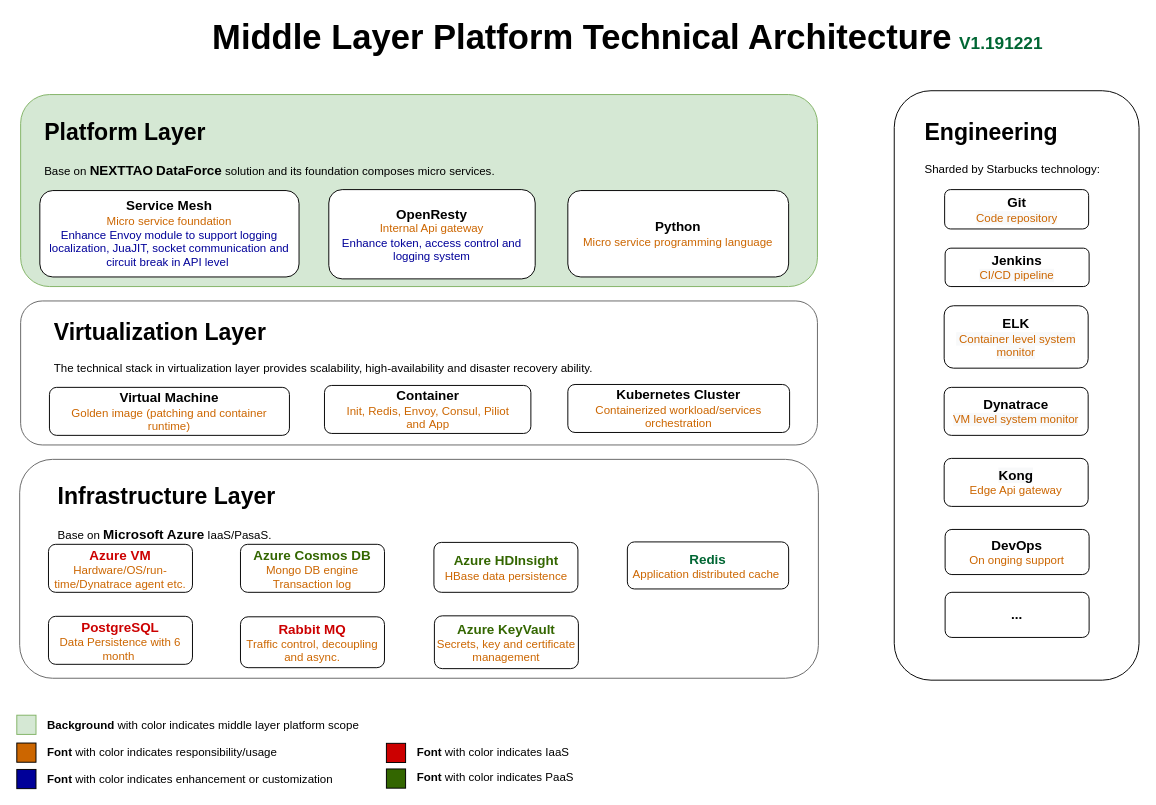
Above: page "Layer Overview" (1 of 3) of Mid Layer Platform Technical Arch.drawio in sotheair/designs (draw.io), before the change. Source tidied: cells renumbered, new cells numbered last; positions are measured from the earlier drawing's top-left corner, leaving out a move shared by most shapes. Both pictures are drawn from the tidied source at 96%, with x=0, y=0 at pixel (16, 27).
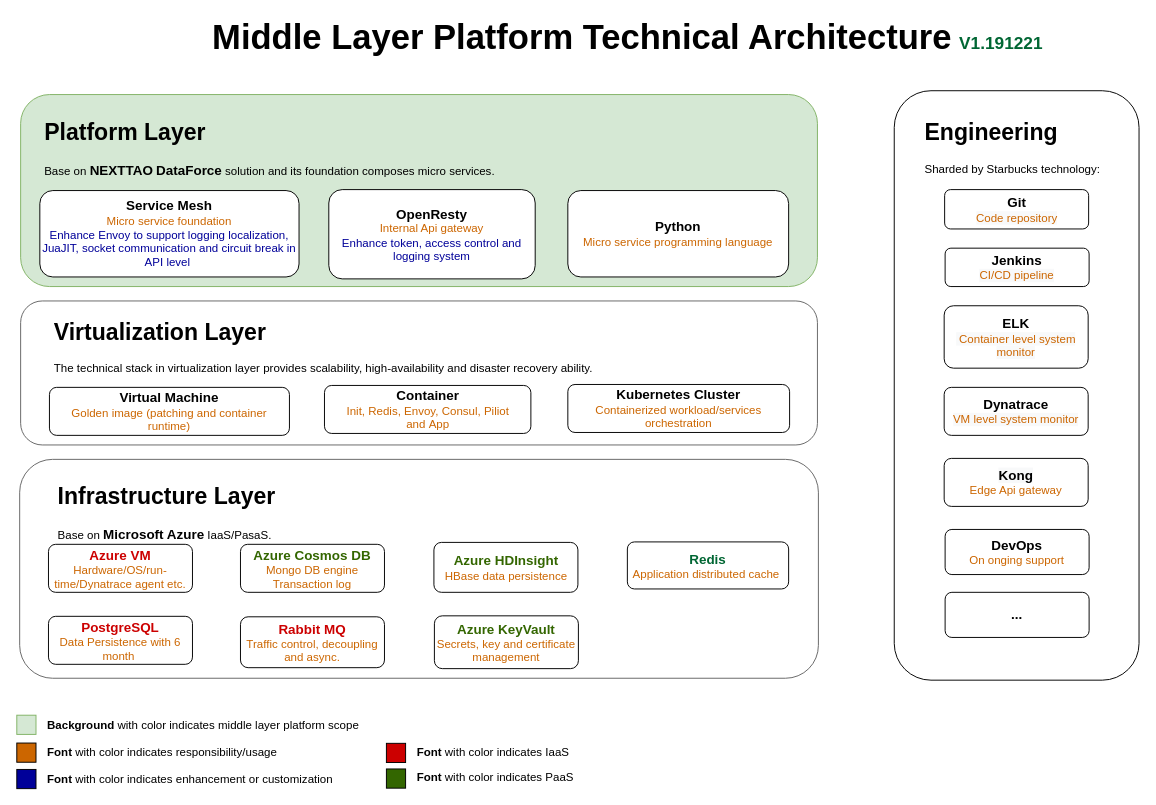
The same page after the edit.

What changed in the source:
```diff
@@
-    <mxCell id="4" value="&lt;span style=&quot;font-size: 14px&quot;&gt;&lt;b&gt;Service Mesh&lt;br&gt;&lt;/b&gt;&lt;/span&gt;&lt;font color=&quot;#cc6600&quot;&gt;Micro service foundation&lt;br&gt;&lt;/font&gt;&lt;font color=&quot;#000099&quot;&gt;Enhance Envoy module to support logging localization, JuaJIT, socket communication and circuit break in API level&amp;nbsp;&lt;/font&gt;" style="rounded=1;whiteSpace=wrap;html=1;" parent="1" vertex="1">
+    <mxCell id="4" value="&lt;span style=&quot;font-size: 14px&quot;&gt;&lt;b&gt;Service Mesh&lt;br&gt;&lt;/b&gt;&lt;/span&gt;&lt;font color=&quot;#cc6600&quot;&gt;Micro service foundation&lt;br&gt;&lt;/font&gt;&lt;font color=&quot;#000099&quot;&gt;Enhance Envoy to support logging localization, JuaJIT, socket communication and circuit break in API level&amp;nbsp;&lt;/font&gt;" style="rounded=1;whiteSpace=wrap;html=1;" parent="1" vertex="1">
       <mxGeometry x="24" y="170" width="270" height="90" as="geometry" />
     </mxCell>
```
